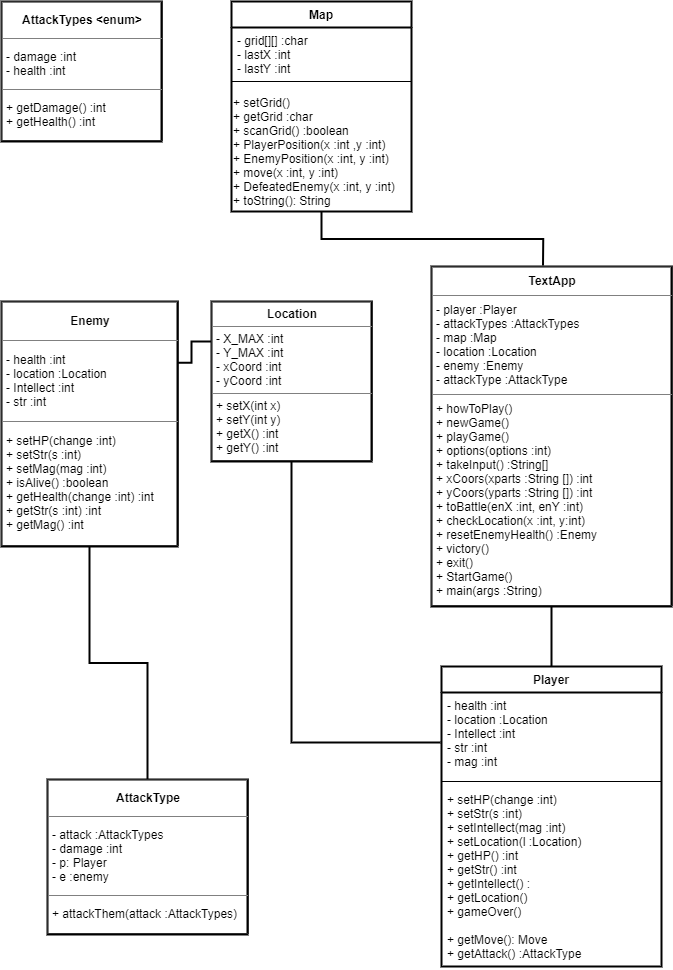
Above: Project Diagram.png in WasayHS/ThirTeam (draw.io), before the change. Source tidied: cells renumbered, new cells last; positions are measured from the earlier drawing's top-left corner, leaving out a move shared by most shapes.
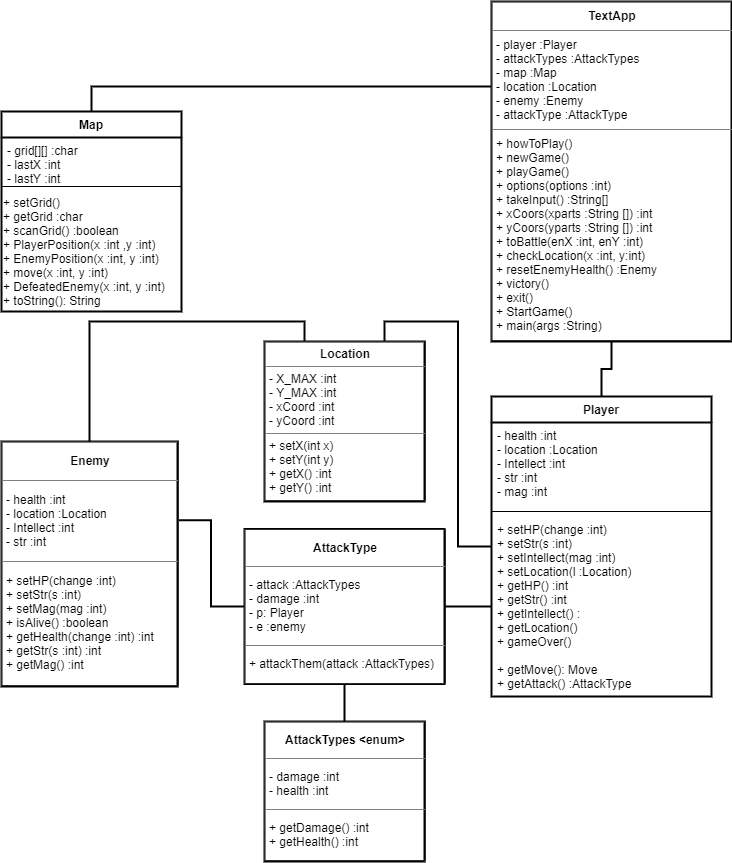
Later version of the same file.

The edit, as a diff of the source:
```diff
@@ -2,8 +2,11 @@
   <root>
     <mxCell id="0" />
     <mxCell id="1" parent="0" />
+    <mxCell id="20" style="edgeStyle=orthogonalEdgeStyle;rounded=0;jettySize=auto;html=1;entryX=0.75;entryY=0;entryDx=0;entryDy=0;endArrow=none;endFill=0;strokeWidth=2;" parent="1" edge="1" source="2" target="19">
+      <mxGeometry relative="1" as="geometry" />
+    </mxCell>
     <mxCell id="2" value="Player" style="swimlane;fontStyle=1;align=center;verticalAlign=top;horizontal=1;startSize=26;rounded=0;shadow=0;strokeWidth=2;" parent="1" vertex="1">
-      <mxGeometry x="440" y="665" width="220" height="300" as="geometry" />
+      <mxGeometry x="490" y="390" width="220" height="300" as="geometry" />
     </mxCell>
     <mxCell id="3" value="- health :int&#10;- location :Location&#10;- Intellect :int&#10;- str :int&#10;- mag :int" style="text;align=left;verticalAlign=top;spacingLeft=4;spacingRight=4;overflow=hidden;points=[[0,0.5],[1,0.5]];portConstraint=eastwest;" parent="2" vertex="1">
       <mxGeometry y="26" width="220" height="84" as="geometry" />
@@ -14,47 +17,50 @@
     <mxCell id="5" value="+ setHP(change :int)&#10;+ setStr(s :int)&#10;+ setIntellect(mag :int)&#10;+ setLocation(l :Location)&#10;+ getHP() :int&#10;+ getStr() :int&#10;+ getIntellect() :&#10;+ getLocation()&#10;+ gameOver()&#10;&#10;+ getMove(): Move&#10;+ getAttack() :AttackType&#10;&#10;&#10;&#10;" style="text;align=left;verticalAlign=top;spacingLeft=4;spacingRight=4;overflow=hidden;points=[[0,0.5],[1,0.5]];portConstraint=eastwest;" parent="2" vertex="1">
       <mxGeometry y="120" width="220" height="180" as="geometry" />
     </mxCell>
-    <mxCell id="6" style="edgeStyle=orthogonalEdgeStyle;rounded=0;jettySize=auto;html=1;exitX=0.5;exitY=1;exitDx=0;exitDy=0;entryX=0.465;entryY=-0.003;entryDx=0;entryDy=0;entryPerimeter=0;endArrow=none;endFill=0;strokeWidth=2;" parent="1" edge="1" source="7" target="16">
+    <mxCell id="6" style="edgeStyle=orthogonalEdgeStyle;rounded=0;jettySize=auto;html=1;exitX=0.5;exitY=0;exitDx=0;exitDy=0;entryX=0;entryY=0.25;entryDx=0;entryDy=0;endArrow=none;endFill=0;strokeWidth=2;" parent="1" edge="1" source="7" target="16">
       <mxGeometry relative="1" as="geometry" />
     </mxCell>
     <mxCell id="7" value="Map" style="swimlane;fontStyle=1;align=center;verticalAlign=top;horizontal=1;startSize=26;rounded=0;shadow=0;strokeWidth=2;" parent="1" vertex="1">
-      <mxGeometry x="230" width="180" height="210" as="geometry" />
+      <mxGeometry y="105" width="180" height="200" as="geometry" />
     </mxCell>
     <mxCell id="8" value="- grid[][] :char&#10;- lastX :int&#10;- lastY :int&#10;" style="text;align=left;verticalAlign=top;spacingLeft=4;spacingRight=4;overflow=hidden;" parent="7" vertex="1">
       <mxGeometry y="26" width="180" height="44" as="geometry" />
     </mxCell>
     <mxCell id="9" style="line;html=1;strokeWidth=1;align=left;verticalAlign=middle;spacingTop=-1;spacingLeft=3;spacingRight=3;labelPosition=right;" parent="7" vertex="1">
-      <mxGeometry y="70" width="180" height="20" as="geometry" />
+      <mxGeometry y="70" width="180" height="10" as="geometry" />
     </mxCell>
     <mxCell id="10" value="+ setGrid()&lt;br&gt;+ getGrid :char&lt;br&gt;+ scanGrid() :boolean&lt;br&gt;+ PlayerPosition(x :int ,y :int)&lt;br&gt;+ EnemyPosition(x :int, y :int)&lt;br&gt;+ move(x :int, y :int)&lt;br&gt;+ DefeatedEnemy(x :int, y :int)&lt;br&gt;+ toString(): String" style="text;html=1;align=left;verticalAlign=middle;" parent="7" vertex="1">
-      <mxGeometry y="90" width="180" height="120" as="geometry" />
+      <mxGeometry y="80" width="180" height="120" as="geometry" />
     </mxCell>
-    <mxCell id="11" style="edgeStyle=orthogonalEdgeStyle;rounded=0;jettySize=auto;html=1;entryX=0.5;entryY=0;entryDx=0;entryDy=0;endArrow=none;endFill=0;strokeWidth=2;" parent="1" edge="1" source="12" target="14">
-      <mxGeometry relative="1" as="geometry" />
-    </mxCell>
     <mxCell id="12" value="&lt;table border=&quot;1&quot; width=&quot;100%&quot; cellpadding=&quot;4&quot; style=&quot;width: 100% ; height: 100% ; border-collapse: collapse&quot;&gt;&lt;tbody&gt;&lt;tr&gt;&lt;th align=&quot;center&quot;&gt;Enemy&lt;/th&gt;&lt;/tr&gt;&lt;tr&gt;&lt;td&gt;&lt;span&gt;- health :int&lt;/span&gt;&lt;br style=&quot;padding: 0px ; margin: 0px&quot;&gt;&lt;span&gt;- location :Location&lt;/span&gt;&lt;br style=&quot;padding: 0px ; margin: 0px&quot;&gt;&lt;span&gt;- Intellect :int&lt;/span&gt;&lt;br style=&quot;padding: 0px ; margin: 0px&quot;&gt;&lt;span&gt;- str :int&lt;/span&gt;&lt;br&gt;&lt;/td&gt;&lt;/tr&gt;&lt;tr&gt;&lt;td&gt;&lt;span&gt;+ setHP(change :int)&lt;/span&gt;&lt;br style=&quot;padding: 0px ; margin: 0px&quot;&gt;&lt;span&gt;+ setStr(s :int)&lt;/span&gt;&lt;br style=&quot;padding: 0px ; margin: 0px&quot;&gt;&lt;span&gt;+ setMag(mag :int)&lt;/span&gt;&lt;br style=&quot;padding: 0px ; margin: 0px&quot;&gt;+ isAlive() :boolean&lt;br style=&quot;padding: 0px ; margin: 0px&quot;&gt;&lt;span&gt;+ getHealth(change :int) :int&lt;/span&gt;&lt;br style=&quot;padding: 0px ; margin: 0px&quot;&gt;&lt;span&gt;+ getStr(s :int) :int&lt;/span&gt;&lt;br style=&quot;padding: 0px ; margin: 0px&quot;&gt;&lt;span&gt;+ getMag() :int&lt;/span&gt;&lt;br style=&quot;padding: 0px ; margin: 0px ; text-align: left&quot;&gt;&lt;/td&gt;&lt;/tr&gt;&lt;/tbody&gt;&lt;/table&gt;" style="text;html=1;strokeColor=#000000;fillColor=none;overflow=fill;strokeWidth=2;" parent="1" vertex="1">
-      <mxGeometry y="300" width="176" height="245" as="geometry" />
+      <mxGeometry y="435" width="176" height="245" as="geometry" />
     </mxCell>
     <mxCell id="13" value="&lt;table border=&quot;1&quot; width=&quot;100%&quot; cellpadding=&quot;4&quot; style=&quot;width: 100% ; height: 100% ; border-collapse: collapse&quot;&gt;&lt;tbody&gt;&lt;tr&gt;&lt;th style=&quot;text-align: center&quot;&gt;AttackTypes &amp;lt;enum&amp;gt;&lt;/th&gt;&lt;/tr&gt;&lt;tr&gt;&lt;td&gt;&lt;div&gt;&lt;span&gt;- damage :int&lt;/span&gt;&lt;/div&gt;- health :int&lt;/td&gt;&lt;/tr&gt;&lt;tr&gt;&lt;td&gt;+ getDamage() :int&lt;br&gt;+ getHealth() :int&lt;/td&gt;&lt;/tr&gt;&lt;/tbody&gt;&lt;/table&gt;" style="text;html=1;strokeColor=#000000;fillColor=none;overflow=fill;align=left;strokeWidth=2;" parent="1" vertex="1">
-      <mxGeometry width="160" height="140" as="geometry" />
+      <mxGeometry x="263" y="715" width="160" height="140" as="geometry" />
     </mxCell>
+    <mxCell id="21" style="edgeStyle=orthogonalEdgeStyle;rounded=0;jettySize=auto;html=1;entryX=0.5;entryY=0;entryDx=0;entryDy=0;endArrow=none;endFill=0;strokeWidth=2;" parent="1" edge="1" source="14" target="13">
+      <mxGeometry relative="1" as="geometry" />
+    </mxCell>
+    <mxCell id="22" style="edgeStyle=orthogonalEdgeStyle;rounded=0;jettySize=auto;html=1;exitX=0;exitY=0.5;exitDx=0;exitDy=0;entryX=1.009;entryY=0.321;entryDx=0;entryDy=0;entryPerimeter=0;endArrow=none;endFill=0;strokeWidth=2;" parent="1" edge="1" source="14" target="12">
+      <mxGeometry relative="1" as="geometry" />
+    </mxCell>
     <mxCell id="14" value="&lt;table border=&quot;1&quot; width=&quot;100%&quot; cellpadding=&quot;4&quot; style=&quot;width: 100% ; height: 100% ; border-collapse: collapse&quot;&gt;&lt;tbody&gt;&lt;tr&gt;&lt;th align=&quot;center&quot;&gt;AttackType&lt;/th&gt;&lt;/tr&gt;&lt;tr&gt;&lt;td&gt;- attack :AttackTypes&lt;br&gt;- damage :int&lt;br&gt;- p: Player&amp;nbsp;&lt;br&gt;- e :enemy&lt;/td&gt;&lt;/tr&gt;&lt;tr&gt;&lt;td&gt;+ attackThem(attack :AttackTypes)&lt;br&gt;&lt;/td&gt;&lt;/tr&gt;&lt;/tbody&gt;&lt;/table&gt;" style="text;html=1;strokeColor=#000000;fillColor=none;overflow=fill;strokeWidth=2;" parent="1" vertex="1">
-      <mxGeometry x="46" y="778" width="200" height="155" as="geometry" />
+      <mxGeometry x="243" y="522.5" width="200" height="155" as="geometry" />
     </mxCell>
-    <mxCell id="15" style="edgeStyle=orthogonalEdgeStyle;rounded=0;jettySize=auto;html=1;exitX=0.5;exitY=1;exitDx=0;exitDy=0;entryX=0.5;entryY=0;entryDx=0;entryDy=0;endArrow=none;endFill=0;strokeWidth=2;" parent="1" edge="1" source="16" target="2">
+    <mxCell id="15" style="edgeStyle=orthogonalEdgeStyle;rounded=0;jettySize=auto;html=1;entryX=0.5;entryY=0;entryDx=0;entryDy=0;endArrow=none;endFill=0;strokeWidth=2;" parent="1" edge="1" source="16" target="2">
       <mxGeometry relative="1" as="geometry" />
     </mxCell>
     <mxCell id="16" value="&lt;table border=&quot;1&quot; width=&quot;100%&quot; cellpadding=&quot;4&quot; style=&quot;width: 100% ; height: 100% ; border-collapse: collapse&quot;&gt;&lt;tbody&gt;&lt;tr&gt;&lt;th align=&quot;center&quot;&gt;TextApp&lt;/th&gt;&lt;/tr&gt;&lt;tr&gt;&lt;td&gt;- player :Player&lt;br&gt;- attackTypes :AttackTypes&lt;br&gt;- map :Map&lt;br&gt;- location :Location&lt;br&gt;- enemy :Enemy&lt;br&gt;- attackType :AttackType&lt;br&gt;&lt;/td&gt;&lt;/tr&gt;&lt;tr&gt;&lt;td&gt;+ howToPlay()&amp;nbsp;&lt;br&gt;+ newGame()&lt;br&gt;+ playGame()&lt;br&gt;+ options(options :int)&lt;br&gt;+ takeInput() :String[]&lt;br&gt;+ xCoors(xparts :String []) :int&lt;br&gt;+ yCoors(yparts :String []) :int&lt;br&gt;+ toBattle(enX :int, enY :int)&lt;br&gt;+ checkLocation(x :int, y:int)&lt;br&gt;+ resetEnemyHealth() :Enemy&lt;br&gt;+ victory()&lt;br&gt;+ exit()&lt;br&gt;+ StartGame()&lt;br&gt;+ main(args :String)&lt;/td&gt;&lt;/tr&gt;&lt;/tbody&gt;&lt;/table&gt;" style="text;html=1;strokeColor=#000000;fillColor=#ffffff;overflow=fill;strokeWidth=2;" parent="1" vertex="1">
-      <mxGeometry x="430" y="265" width="240" height="340" as="geometry" />
+      <mxGeometry x="490" y="-5" width="240" height="340" as="geometry" />
     </mxCell>
-    <mxCell id="17" style="edgeStyle=orthogonalEdgeStyle;rounded=0;jettySize=auto;html=1;entryX=-0.004;entryY=0.596;entryDx=0;entryDy=0;entryPerimeter=0;endArrow=none;endFill=0;shadow=0;strokeWidth=2;" parent="1" edge="1" source="19" target="3">
-      <mxGeometry relative="1" as="geometry" />
-    </mxCell>
-    <mxCell id="18" style="edgeStyle=orthogonalEdgeStyle;rounded=0;jettySize=auto;html=1;exitX=0;exitY=0.25;exitDx=0;exitDy=0;entryX=1;entryY=0.25;entryDx=0;entryDy=0;endArrow=none;endFill=0;strokeWidth=2;" parent="1" edge="1" source="19" target="12">
+    <mxCell id="18" style="edgeStyle=orthogonalEdgeStyle;rounded=0;jettySize=auto;html=1;exitX=0.25;exitY=0;exitDx=0;exitDy=0;entryX=0.5;entryY=0;entryDx=0;entryDy=0;endArrow=none;endFill=0;strokeWidth=2;" parent="1" edge="1" source="19" target="12">
       <mxGeometry relative="1" as="geometry" />
     </mxCell>
     <mxCell id="19" value="&lt;table border=&quot;1&quot; width=&quot;100%&quot; cellpadding=&quot;4&quot; style=&quot;width: 100% ; height: 100% ; border-collapse: collapse&quot;&gt;&lt;tbody&gt;&lt;tr&gt;&lt;th align=&quot;center&quot;&gt;Location&lt;/th&gt;&lt;/tr&gt;&lt;tr&gt;&lt;td&gt;- X_MAX :int&lt;br&gt;- Y_MAX :int&lt;br&gt;- xCoord :int&lt;br&gt;- yCoord :int&lt;/td&gt;&lt;/tr&gt;&lt;tr&gt;&lt;td&gt;&lt;span&gt;+ setX(int x)&lt;/span&gt;&lt;br style=&quot;padding: 0px ; margin: 0px&quot;&gt;&lt;span&gt;+ setY(int y)&lt;/span&gt;&lt;br style=&quot;padding: 0px ; margin: 0px&quot;&gt;&lt;span&gt;+ getX() :int&amp;nbsp;&lt;/span&gt;&lt;br style=&quot;padding: 0px ; margin: 0px&quot;&gt;&lt;span&gt;+ getY() :int&lt;/span&gt;&lt;br&gt;&lt;/td&gt;&lt;/tr&gt;&lt;/tbody&gt;&lt;/table&gt;" style="text;html=1;strokeColor=#000000;fillColor=none;overflow=fill;strokeWidth=2;" parent="1" vertex="1">
-      <mxGeometry x="210" y="300" width="160" height="160" as="geometry" />
+      <mxGeometry x="263" y="335" width="160" height="160" as="geometry" />
     </mxCell>
+    <mxCell id="23" style="edgeStyle=orthogonalEdgeStyle;rounded=0;jettySize=auto;html=1;entryX=1;entryY=0.5;entryDx=0;entryDy=0;endArrow=none;endFill=0;strokeWidth=2;" parent="1" edge="1" source="5" target="14">
+      <mxGeometry relative="1" as="geometry" />
+    </mxCell>
   </root>
 </mxGraphModel>
```
